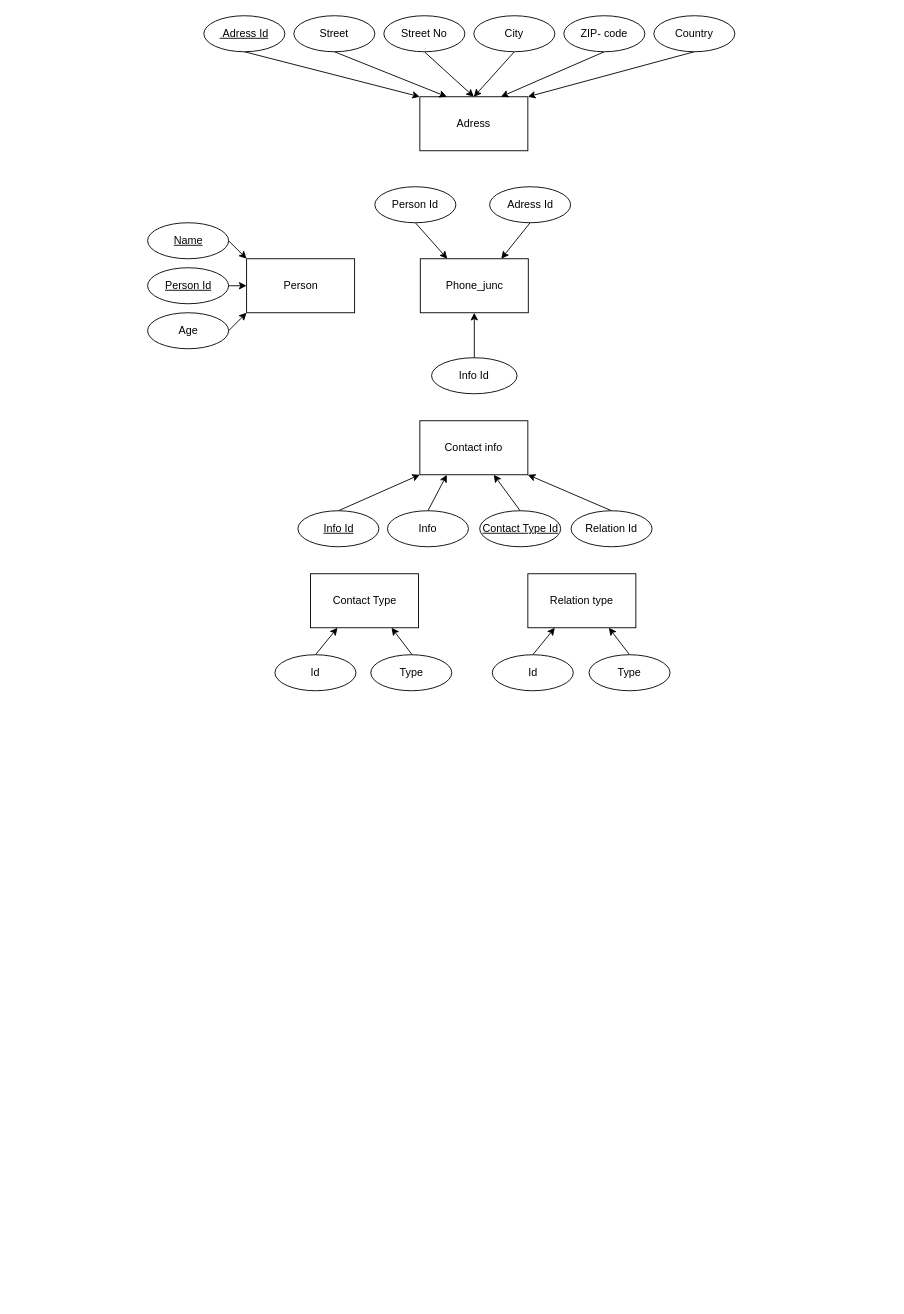
The draw.io diagram Data Engineer/Main Studies/Module 6 - Database and Data Warehouse/D2/contact.drawio in m-c-v-k/Portfolio, before the edit. Source tidied: cells renumbered, new cells numbered last; positions are measured from the earlier drawing's top-left corner, leaving out a move shared by most shapes. Both pictures are drawn from the tidied source at 90%, with x=0, y=0 at pixel (148, 15).
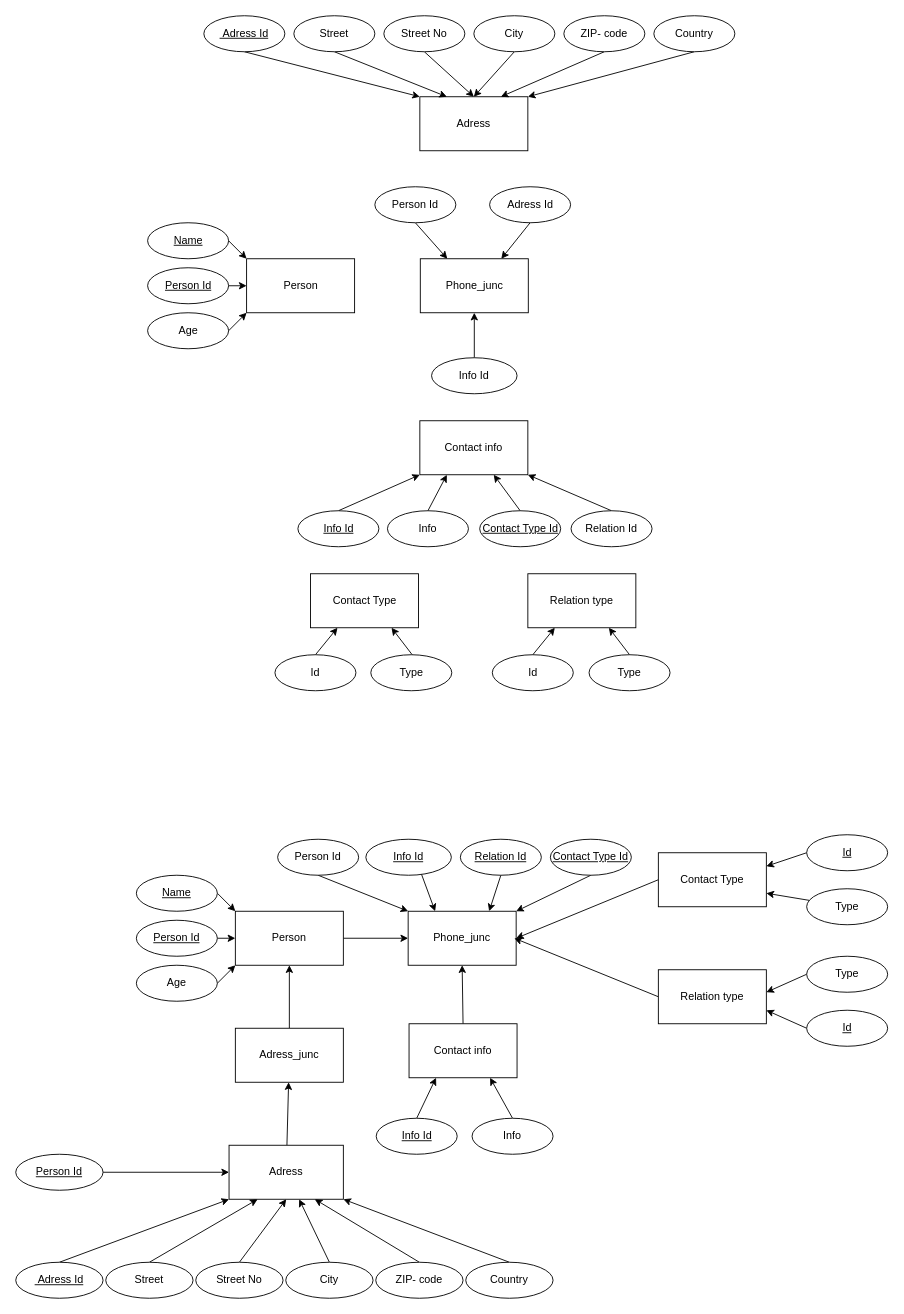
Above is the later version.

Commit message (it also covers changes not shown here):
Task 1 Assignment 3 started

The edit, as a diff of the source:
```diff
@@
+    <mxCell id="48" style="edgeStyle=none;html=1;exitX=1;exitY=0.5;exitDx=0;exitDy=0;" parent="1" edge="1" source="49" target="70">
+      <mxGeometry relative="1" as="geometry" />
+    </mxCell>
+    <mxCell id="49" value="Person" style="rounded=0;whiteSpace=wrap;html=1;" parent="1" vertex="1">
+      <mxGeometry x="97" y="995" width="120" height="60" as="geometry" />
+    </mxCell>
+    <mxCell id="50" style="edgeStyle=none;html=1;exitX=1;exitY=0.5;exitDx=0;exitDy=0;entryX=0;entryY=0;entryDx=0;entryDy=0;" parent="1" edge="1" source="51" target="49">
+      <mxGeometry relative="1" as="geometry" />
+    </mxCell>
+    <mxCell id="51" value="&lt;u&gt;Name&lt;/u&gt;" style="ellipse;whiteSpace=wrap;html=1;" parent="1" vertex="1">
+      <mxGeometry x="-13" y="955" width="90" height="40" as="geometry" />
+    </mxCell>
+    <mxCell id="52" style="edgeStyle=none;html=1;exitX=1;exitY=0.5;exitDx=0;exitDy=0;entryX=0;entryY=0.5;entryDx=0;entryDy=0;" parent="1" edge="1" source="53" target="49">
+      <mxGeometry relative="1" as="geometry" />
+    </mxCell>
+    <mxCell id="53" value="&lt;u&gt;Person Id&lt;/u&gt;" style="ellipse;whiteSpace=wrap;html=1;" parent="1" vertex="1">
+      <mxGeometry x="-13" y="1005" width="90" height="40" as="geometry" />
+    </mxCell>
+    <mxCell id="54" style="edgeStyle=none;html=1;exitX=1;exitY=0.5;exitDx=0;exitDy=0;entryX=0;entryY=1;entryDx=0;entryDy=0;" parent="1" edge="1" source="69" target="49">
+      <mxGeometry relative="1" as="geometry" />
+    </mxCell>
+    <mxCell id="55" style="edgeStyle=none;html=1;" parent="1" edge="1" source="56" target="100">
+      <mxGeometry relative="1" as="geometry" />
+    </mxCell>
+    <mxCell id="56" value="Adress" style="rounded=0;whiteSpace=wrap;html=1;" parent="1" vertex="1">
+      <mxGeometry x="90" y="1255" width="127" height="60" as="geometry" />
+    </mxCell>
+    <mxCell id="57" style="edgeStyle=none;html=1;exitX=0.5;exitY=0;exitDx=0;exitDy=0;entryX=0.25;entryY=1;entryDx=0;entryDy=0;" parent="1" edge="1" source="58" target="56">
+      <mxGeometry relative="1" as="geometry" />
+    </mxCell>
+    <mxCell id="58" value="Street" style="ellipse;whiteSpace=wrap;html=1;" parent="1" vertex="1">
+      <mxGeometry x="-47" y="1385" width="97" height="40" as="geometry" />
+    </mxCell>
+    <mxCell id="59" style="edgeStyle=none;html=1;exitX=0.5;exitY=0;exitDx=0;exitDy=0;entryX=0.5;entryY=1;entryDx=0;entryDy=0;" parent="1" edge="1" source="60" target="56">
+      <mxGeometry relative="1" as="geometry" />
+    </mxCell>
+    <mxCell id="60" value="Street No" style="ellipse;whiteSpace=wrap;html=1;" parent="1" vertex="1">
+      <mxGeometry x="53" y="1385" width="97" height="40" as="geometry" />
+    </mxCell>
+    <mxCell id="61" style="edgeStyle=none;html=1;exitX=0.5;exitY=0;exitDx=0;exitDy=0;" parent="1" edge="1" source="62" target="56">
+      <mxGeometry relative="1" as="geometry" />
+    </mxCell>
+    <mxCell id="62" value="City" style="ellipse;whiteSpace=wrap;html=1;" parent="1" vertex="1">
+      <mxGeometry x="153" y="1385" width="97" height="40" as="geometry" />
+    </mxCell>
+    <mxCell id="63" style="edgeStyle=none;html=1;exitX=0.5;exitY=0;exitDx=0;exitDy=0;entryX=0.75;entryY=1;entryDx=0;entryDy=0;" parent="1" edge="1" source="64" target="56">
+      <mxGeometry relative="1" as="geometry" />
+    </mxCell>
+    <mxCell id="64" value="ZIP- code" style="ellipse;whiteSpace=wrap;html=1;" parent="1" vertex="1">
+      <mxGeometry x="253" y="1385" width="97" height="40" as="geometry" />
+    </mxCell>
+    <mxCell id="65" style="edgeStyle=none;html=1;exitX=0.5;exitY=0;exitDx=0;exitDy=0;entryX=1;entryY=1;entryDx=0;entryDy=0;" parent="1" edge="1" source="66" target="56">
+      <mxGeometry relative="1" as="geometry" />
+    </mxCell>
+    <mxCell id="66" value="Country" style="ellipse;whiteSpace=wrap;html=1;" parent="1" vertex="1">
+      <mxGeometry x="353" y="1385" width="97" height="40" as="geometry" />
+    </mxCell>
+    <mxCell id="67" style="edgeStyle=none;html=1;exitX=0.5;exitY=0;exitDx=0;exitDy=0;entryX=0;entryY=1;entryDx=0;entryDy=0;" parent="1" edge="1" source="68" target="56">
+      <mxGeometry relative="1" as="geometry" />
+    </mxCell>
+    <mxCell id="68" value="&lt;u&gt;&amp;nbsp;Adress Id&lt;/u&gt;" style="ellipse;whiteSpace=wrap;html=1;" parent="1" vertex="1">
+      <mxGeometry x="-147" y="1385" width="97" height="40" as="geometry" />
+    </mxCell>
+    <mxCell id="69" value="Age" style="ellipse;whiteSpace=wrap;html=1;" parent="1" vertex="1">
+      <mxGeometry x="-13" y="1055" width="90" height="40" as="geometry" />
+    </mxCell>
+    <mxCell id="70" value="Phone_junc" style="rounded=0;whiteSpace=wrap;html=1;" parent="1" vertex="1">
+      <mxGeometry x="289" y="995" width="120" height="60" as="geometry" />
+    </mxCell>
+    <mxCell id="71" style="edgeStyle=none;html=1;exitX=0.5;exitY=0;exitDx=0;exitDy=0;entryX=0.25;entryY=0;entryDx=0;entryDy=0;" parent="1" edge="1" source="72" target="70">
+      <mxGeometry relative="1" as="geometry" />
+    </mxCell>
+    <mxCell id="72" value="&lt;u&gt;Info Id&lt;/u&gt;" style="ellipse;whiteSpace=wrap;html=1;" parent="1" vertex="1">
+      <mxGeometry x="242" y="915" width="95" height="40" as="geometry" />
+    </mxCell>
+    <mxCell id="73" style="edgeStyle=none;html=1;exitX=0.5;exitY=1;exitDx=0;exitDy=0;entryX=0;entryY=0;entryDx=0;entryDy=0;" parent="1" edge="1" source="85" target="70">
+      <mxGeometry relative="1" as="geometry" />
+    </mxCell>
+    <mxCell id="74" style="edgeStyle=none;html=1;exitX=0;exitY=0.5;exitDx=0;exitDy=0;" parent="1" edge="1" source="75">
+      <mxGeometry relative="1" as="geometry">
+        <mxPoint x="407" y="1025" as="targetPoint" />
+      </mxGeometry>
+    </mxCell>
+    <mxCell id="75" value="Relation type" style="rounded=0;whiteSpace=wrap;html=1;" parent="1" vertex="1">
+      <mxGeometry x="567" y="1060" width="120" height="60" as="geometry" />
+    </mxCell>
+    <mxCell id="76" style="edgeStyle=none;html=1;entryX=1;entryY=0.75;entryDx=0;entryDy=0;exitX=0;exitY=0.5;exitDx=0;exitDy=0;" parent="1" edge="1" source="77" target="75">
+      <mxGeometry relative="1" as="geometry" />
+    </mxCell>
+    <mxCell id="77" value="&lt;u&gt;Id&lt;/u&gt;" style="ellipse;whiteSpace=wrap;html=1;" parent="1" vertex="1">
+      <mxGeometry x="731.8" y="1105" width="90" height="40" as="geometry" />
+    </mxCell>
+    <mxCell id="78" style="edgeStyle=none;html=1;exitX=0;exitY=0.5;exitDx=0;exitDy=0;" parent="1" edge="1" source="79">
+      <mxGeometry relative="1" as="geometry">
+        <mxPoint x="687" y="1085" as="targetPoint" />
+      </mxGeometry>
+    </mxCell>
+    <mxCell id="79" value="Type" style="ellipse;whiteSpace=wrap;html=1;" parent="1" vertex="1">
+      <mxGeometry x="731.8" y="1045" width="90" height="40" as="geometry" />
+    </mxCell>
+    <mxCell id="80" style="edgeStyle=none;html=1;exitX=0.5;exitY=0;exitDx=0;exitDy=0;entryX=0.5;entryY=1;entryDx=0;entryDy=0;" parent="1" edge="1" source="81" target="70">
+      <mxGeometry relative="1" as="geometry" />
+    </mxCell>
+    <mxCell id="81" value="Contact info" style="rounded=0;whiteSpace=wrap;html=1;" parent="1" vertex="1">
+      <mxGeometry x="290" y="1120" width="120" height="60" as="geometry" />
+    </mxCell>
+    <mxCell id="82" style="edgeStyle=none;html=1;exitX=0.5;exitY=0;exitDx=0;exitDy=0;entryX=0.75;entryY=1;entryDx=0;entryDy=0;" parent="1" edge="1" source="87" target="81">
+      <mxGeometry relative="1" as="geometry" />
+    </mxCell>
+    <mxCell id="83" style="edgeStyle=none;html=1;exitX=0.5;exitY=0;exitDx=0;exitDy=0;entryX=0.25;entryY=1;entryDx=0;entryDy=0;" parent="1" edge="1" source="86" target="81">
+      <mxGeometry relative="1" as="geometry" />
+    </mxCell>
+    <mxCell id="84" style="edgeStyle=none;html=1;exitX=0.5;exitY=1;exitDx=0;exitDy=0;entryX=1;entryY=0;entryDx=0;entryDy=0;" parent="1" edge="1" source="88" target="70">
+      <mxGeometry relative="1" as="geometry" />
+    </mxCell>
+    <mxCell id="85" value="Person Id" style="ellipse;whiteSpace=wrap;html=1;" parent="1" vertex="1">
+      <mxGeometry x="144" y="915" width="90" height="40" as="geometry" />
+    </mxCell>
+    <mxCell id="86" value="&lt;u&gt;Info Id&lt;/u&gt;" style="ellipse;whiteSpace=wrap;html=1;" parent="1" vertex="1">
+      <mxGeometry x="253.5" y="1225" width="90" height="40" as="geometry" />
+    </mxCell>
+    <mxCell id="87" value="Info" style="ellipse;whiteSpace=wrap;html=1;" parent="1" vertex="1">
+      <mxGeometry x="360" y="1225" width="90" height="40" as="geometry" />
+    </mxCell>
+    <mxCell id="88" value="&lt;u&gt;Contact Type Id&lt;/u&gt;" style="ellipse;whiteSpace=wrap;html=1;" parent="1" vertex="1">
+      <mxGeometry x="447" y="915" width="90" height="40" as="geometry" />
+    </mxCell>
+    <mxCell id="89" style="edgeStyle=none;html=1;exitX=0.5;exitY=1;exitDx=0;exitDy=0;entryX=0.75;entryY=0;entryDx=0;entryDy=0;" parent="1" edge="1" source="90" target="70">
+      <mxGeometry relative="1" as="geometry" />
+    </mxCell>
+    <mxCell id="90" value="&lt;span style=&quot;font-family: &amp;#34;helvetica&amp;#34;&quot;&gt;&lt;u&gt;Relation Id&lt;/u&gt;&lt;/span&gt;" style="ellipse;whiteSpace=wrap;html=1;" parent="1" vertex="1">
+      <mxGeometry x="347" y="915" width="90" height="40" as="geometry" />
+    </mxCell>
+    <mxCell id="91" style="edgeStyle=none;html=1;exitX=0;exitY=0.5;exitDx=0;exitDy=0;entryX=1;entryY=0.5;entryDx=0;entryDy=0;" parent="1" edge="1" source="92" target="70">
+      <mxGeometry relative="1" as="geometry" />
+    </mxCell>
+    <mxCell id="92" value="Contact Type" style="rounded=0;whiteSpace=wrap;html=1;" parent="1" vertex="1">
+      <mxGeometry x="567" y="930" width="120" height="60" as="geometry" />
+    </mxCell>
+    <mxCell id="93" style="edgeStyle=none;html=1;exitX=0;exitY=0.5;exitDx=0;exitDy=0;entryX=1;entryY=0.25;entryDx=0;entryDy=0;" parent="1" edge="1" source="94" target="92">
+      <mxGeometry relative="1" as="geometry" />
+    </mxCell>
+    <mxCell id="94" value="&lt;u&gt;Id&lt;/u&gt;" style="ellipse;whiteSpace=wrap;html=1;" parent="1" vertex="1">
+      <mxGeometry x="731.8" y="910" width="90" height="40" as="geometry" />
+    </mxCell>
+    <mxCell id="95" style="edgeStyle=none;html=1;entryX=1;entryY=0.75;entryDx=0;entryDy=0;" parent="1" edge="1" source="96" target="92">
+      <mxGeometry relative="1" as="geometry" />
+    </mxCell>
+    <mxCell id="96" value="Type" style="ellipse;whiteSpace=wrap;html=1;" parent="1" vertex="1">
+      <mxGeometry x="731.8" y="970" width="90" height="40" as="geometry" />
+    </mxCell>
+    <mxCell id="97" style="edgeStyle=none;html=1;exitX=1;exitY=0.5;exitDx=0;exitDy=0;entryX=0;entryY=0.5;entryDx=0;entryDy=0;" parent="1" edge="1" source="98" target="56">
+      <mxGeometry relative="1" as="geometry" />
+    </mxCell>
+    <mxCell id="98" value="&lt;u&gt;Person Id&lt;/u&gt;" style="ellipse;whiteSpace=wrap;html=1;" parent="1" vertex="1">
+      <mxGeometry x="-147" y="1265" width="97" height="40" as="geometry" />
+    </mxCell>
+    <mxCell id="99" style="edgeStyle=none;html=1;exitX=0.5;exitY=0;exitDx=0;exitDy=0;entryX=0.5;entryY=1;entryDx=0;entryDy=0;" parent="1" edge="1" source="100" target="49">
+      <mxGeometry relative="1" as="geometry" />
+    </mxCell>
+    <mxCell id="100" value="Adress_junc" style="whiteSpace=wrap;html=1;" parent="1" vertex="1">
+      <mxGeometry x="97" y="1125" width="120" height="60" as="geometry" />
+    </mxCell>
```
